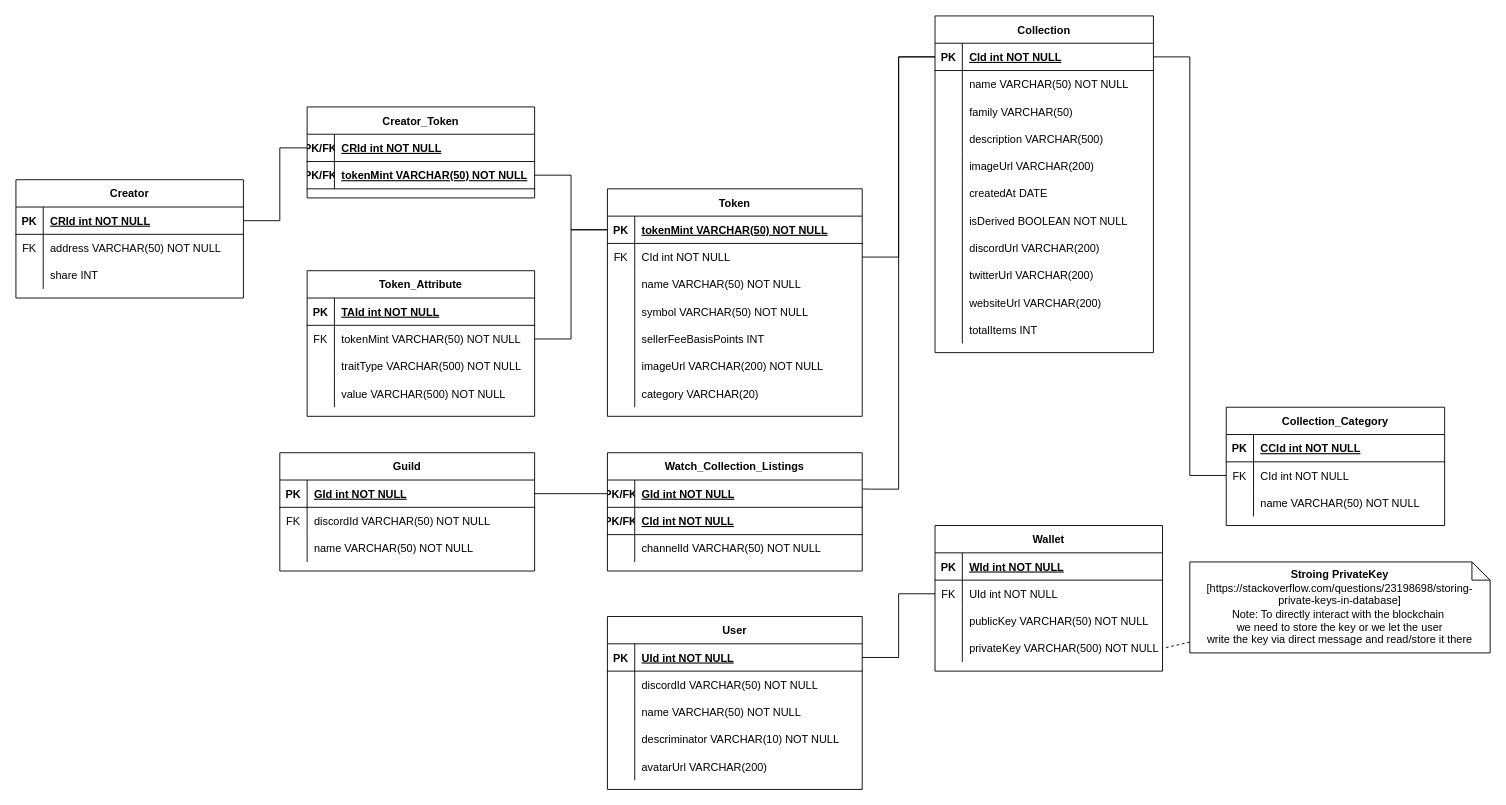
Before: static/er-diagram.drawio in bennobuilder/sollad, a draw.io diagram. Source tidied: cells renumbered, new cells numbered last; positions are measured from the earlier drawing's top-left corner, leaving out a move shared by most shapes. Both pictures are drawn from the tidied source at 91%, with x=0, y=0 at pixel (15, 15).
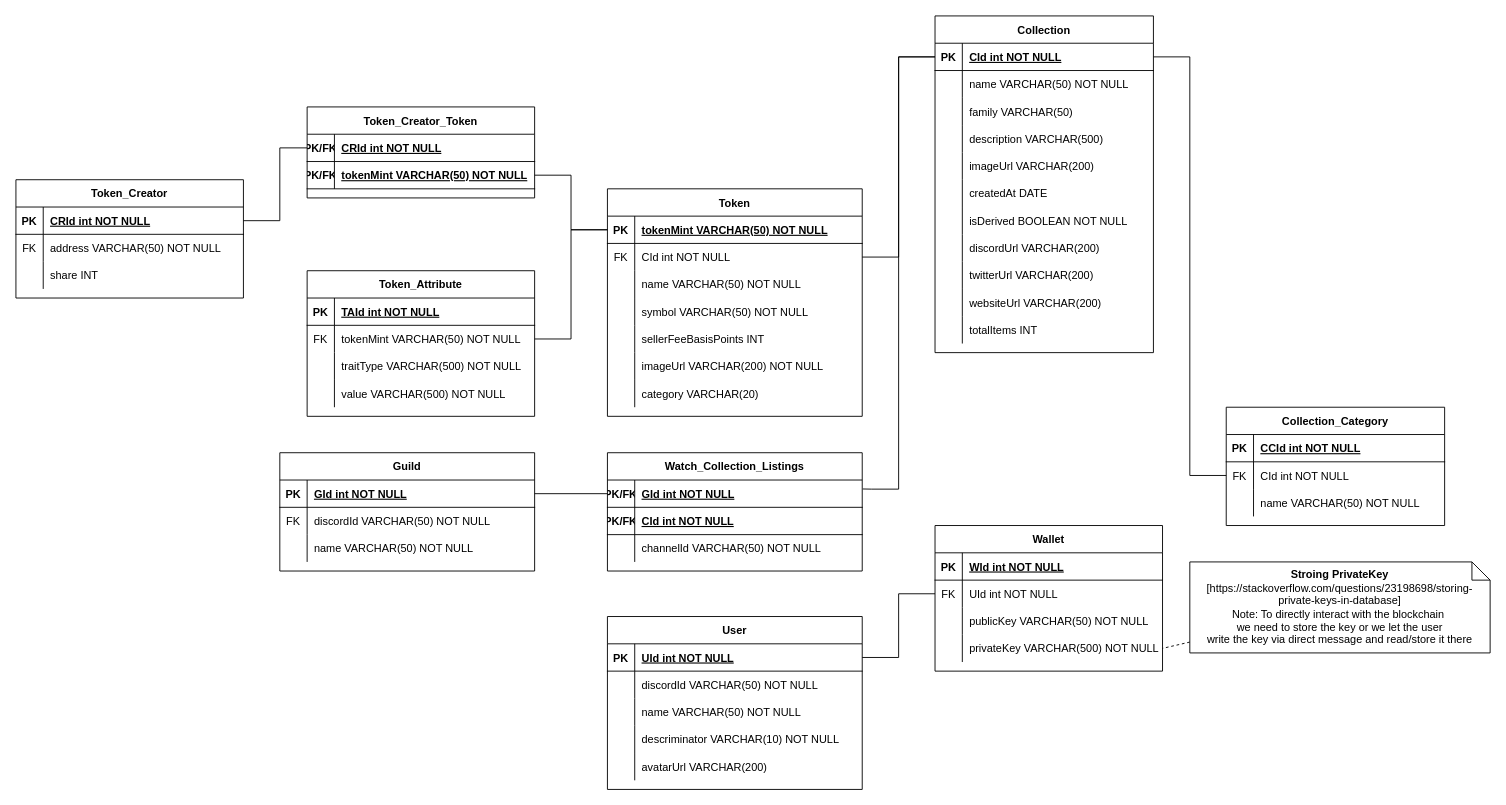
Above is the later version.

The edit, as a diff of the source:
```diff
@@
-    <mxCell id="84" value="Creator" style="shape=table;startSize=30;childLayout=tableLayout;rowLines=0;fontStyle=1;align=center;" parent="1" vertex="1">
+    <mxCell id="84" value="Token_Creator" style="shape=table;startSize=30;childLayout=tableLayout;rowLines=0;fontStyle=1;align=center;" parent="1" vertex="1">
       <mxGeometry y="180" width="250" height="130" as="geometry" />
     </mxCell>
@@
-    <mxCell id="95" value="Creator_Token" style="shape=table;startSize=30;childLayout=tableLayout;rowLines=0;fontStyle=1;align=center;" parent="1" vertex="1">
+    <mxCell id="95" value="Token_Creator_Token" style="shape=table;startSize=30;childLayout=tableLayout;rowLines=0;fontStyle=1;align=center;" parent="1" vertex="1">
       <mxGeometry x="320" y="100" width="250" height="100" as="geometry" />
     </mxCell>
```
